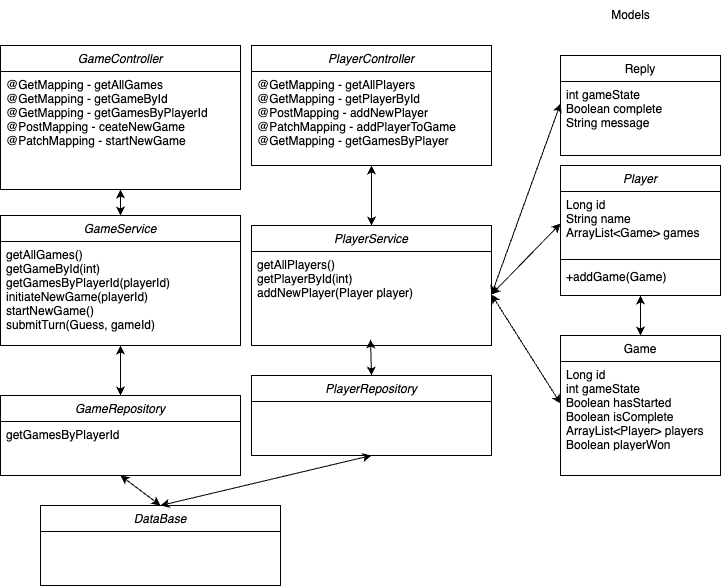
Earlier version of the draw.io export TwentyOne.drawio.png (thibyaa/Backend_TwentyOne_API). Source tidied: cells renumbered, new cells last; positions are measured from the earlier drawing's top-left corner, leaving out a move shared by most shapes.
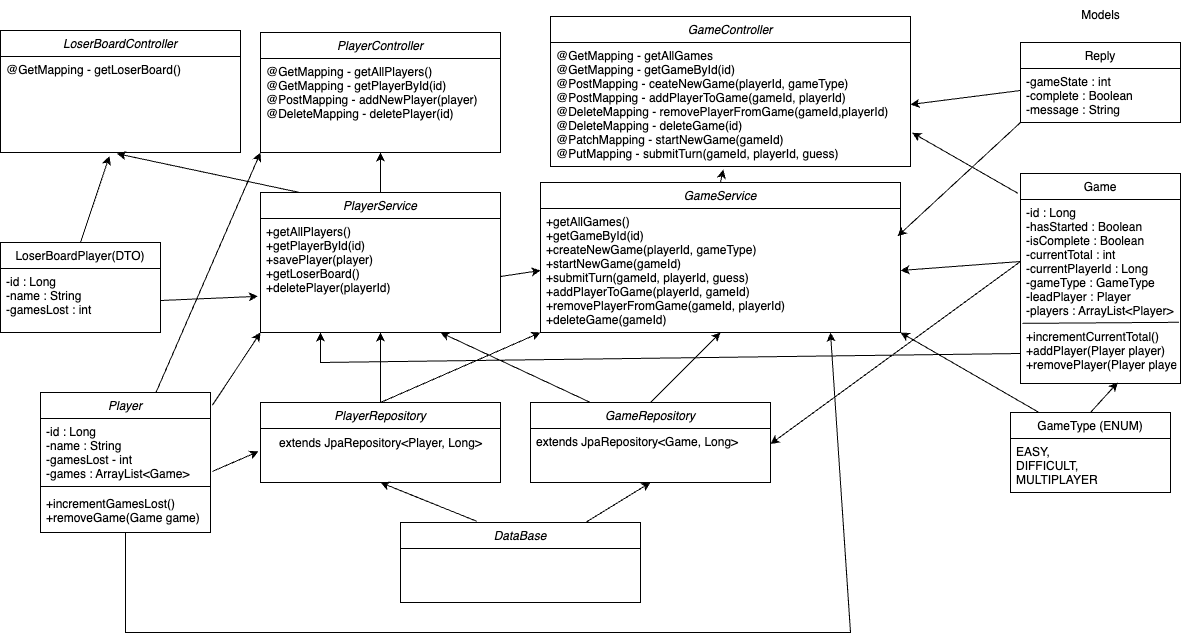
After the commit.

Commit message:
updates UML diagram  and ERD

Change to the diagram source:
```diff
@@ -3,99 +3,178 @@
     <mxCell id="0" />
     <mxCell id="1" parent="0" />
     <mxCell id="2" value="Player" style="swimlane;fontStyle=2;align=center;verticalAlign=top;horizontal=1;startSize=26;rounded=0;shadow=0;strokeWidth=1;" parent="1" vertex="1">
-      <mxGeometry x="560" y="165" width="160" height="130" as="geometry" />
+      <mxGeometry x="-320" y="395" width="170" height="140" as="geometry" />
     </mxCell>
-    <mxCell id="3" value="Long id&#10;String name&#10;ArrayList&lt;Game&gt; games" style="text;align=left;verticalAlign=top;spacingLeft=4;spacingRight=4;overflow=hidden;points=[[0,0.5],[1,0.5]];portConstraint=eastwest;" parent="2" vertex="1">
-      <mxGeometry y="26" width="160" height="64" as="geometry" />
+    <mxCell id="3" value="-id : Long&#10;-name : String&#10;-gamesLost - int&#10;-games : ArrayList&lt;Game&gt;&#10;" style="text;align=left;verticalAlign=top;spacingLeft=4;spacingRight=4;overflow=hidden;points=[[0,0.5],[1,0.5]];portConstraint=eastwest;" parent="2" vertex="1">
+      <mxGeometry y="26" width="170" height="64" as="geometry" />
     </mxCell>
     <mxCell id="4" style="line;html=1;strokeWidth=1;align=left;verticalAlign=middle;spacingTop=-1;spacingLeft=3;spacingRight=3;labelPosition=right;" parent="2" vertex="1">
-      <mxGeometry y="90" width="160" height="8" as="geometry" />
+      <mxGeometry y="90" width="170" height="8" as="geometry" />
     </mxCell>
-    <mxCell id="5" value="+addGame(Game)" style="text;align=left;verticalAlign=top;spacingLeft=4;spacingRight=4;overflow=hidden;" parent="2" vertex="1">
-      <mxGeometry y="98" width="160" height="24" as="geometry" />
+    <mxCell id="5" value="+incrementGamesLost()&#10;+removeGame(Game game)" style="text;align=left;verticalAlign=top;spacingLeft=4;spacingRight=4;overflow=hidden;" parent="2" vertex="1">
+      <mxGeometry y="98" width="170" height="32" as="geometry" />
     </mxCell>
     <mxCell id="6" value="Reply" style="swimlane;fontStyle=0;align=center;verticalAlign=top;horizontal=1;startSize=26;rounded=0;shadow=0;strokeWidth=1;" parent="1" vertex="1">
-      <mxGeometry x="560" y="55" width="160" height="100" as="geometry" />
+      <mxGeometry x="660" y="45" width="160" height="80" as="geometry" />
     </mxCell>
-    <mxCell id="7" value="int gameState&#10;Boolean complete&#10;String message&#10;" style="text;align=left;verticalAlign=top;spacingLeft=4;spacingRight=4;overflow=hidden;points=[[0,0.5],[1,0.5]];portConstraint=eastwest;" parent="6" vertex="1">
+    <mxCell id="7" value="-gameState : int&#10;-complete : Boolean&#10;-message : String&#10;" style="text;align=left;verticalAlign=top;spacingLeft=4;spacingRight=4;overflow=hidden;points=[[0,0.5],[1,0.5]];portConstraint=eastwest;" parent="6" vertex="1">
       <mxGeometry y="26" width="160" height="44" as="geometry" />
     </mxCell>
     <mxCell id="8" value="Game" style="swimlane;fontStyle=0;align=center;verticalAlign=top;horizontal=1;startSize=26;rounded=0;shadow=0;strokeWidth=1;" parent="1" vertex="1">
-      <mxGeometry x="560" y="335" width="160" height="140" as="geometry" />
+      <mxGeometry x="660" y="176" width="160" height="210" as="geometry" />
     </mxCell>
-    <mxCell id="9" value="Long id&#10;int gameState&#10;Boolean hasStarted&#10;Boolean isComplete&#10;ArrayList&lt;Player&gt; players&#10;Boolean playerWon" style="text;align=left;verticalAlign=top;spacingLeft=4;spacingRight=4;overflow=hidden;points=[[0,0.5],[1,0.5]];portConstraint=eastwest;" parent="8" vertex="1">
-      <mxGeometry y="26" width="160" height="84" as="geometry" />
+    <mxCell id="9" value="-id : Long &#10;-hasStarted : Boolean&#10;-isComplete : Boolean&#10;-currentTotal : int&#10;-currentPlayerId : Long&#10;-gameType : GameType&#10;-leadPlayer : Player&#10;-players : ArrayList&lt;Player&gt; " style="text;align=left;verticalAlign=top;spacingLeft=4;spacingRight=4;overflow=hidden;points=[[0,0.5],[1,0.5]];portConstraint=eastwest;" parent="8" vertex="1">
+      <mxGeometry y="26" width="160" height="124" as="geometry" />
     </mxCell>
+    <mxCell id="33" value="+incrementCurrentTotal()&#10;+addPlayer(Player player)&#10;+removePlayer(Player player)" style="text;align=left;verticalAlign=top;spacingLeft=4;spacingRight=4;overflow=hidden;points=[[0,0.5],[1,0.5]];portConstraint=eastwest;" parent="8" vertex="1">
+      <mxGeometry y="150" width="160" height="60" as="geometry" />
+    </mxCell>
+    <mxCell id="34" style="endArrow=none;html=1;rounded=0;entryX=0.991;entryY=-0.02;entryDx=0;entryDy=0;entryPerimeter=0;exitX=0.012;exitY=-0.002;exitDx=0;exitDy=0;exitPerimeter=0;" parent="8" edge="1" source="33" target="33">
+      <mxGeometry relative="1" as="geometry" />
+    </mxCell>
     <mxCell id="10" value="GameController" style="swimlane;fontStyle=2;align=center;verticalAlign=top;horizontal=1;startSize=26;rounded=0;shadow=0;strokeWidth=1;" parent="1" vertex="1">
-      <mxGeometry y="45" width="240" height="144" as="geometry" />
+      <mxGeometry x="190" y="19" width="360" height="150" as="geometry" />
     </mxCell>
-    <mxCell id="11" value="@GetMapping - getAllGames&#10;@GetMapping - getGameById&#10;@GetMapping - getGamesByPlayerId&#10;@PostMapping - ceateNewGame&#10;@PatchMapping - startNewGame" style="text;align=left;verticalAlign=top;spacingLeft=4;spacingRight=4;overflow=hidden;points=[[0,0.5],[1,0.5]];portConstraint=eastwest;" parent="10" vertex="1">
-      <mxGeometry y="26" width="240" height="96" as="geometry" />
+    <mxCell id="11" value="@GetMapping - getAllGames&#10;@GetMapping - getGameById(id)&#10;@PostMapping - ceateNewGame(playerId, gameType)&#10;@PostMapping - addPlayerToGame(gameId, playerId)&#10;@DeleteMapping - removePlayerFromGame(gameId,playerId)&#10;@DeleteMapping - deleteGame(id)&#10;@PatchMapping - startNewGame(gameId)&#10;@PutMapping - submitTurn(gameId, playerId, guess)" style="text;align=left;verticalAlign=top;spacingLeft=4;spacingRight=4;overflow=hidden;points=[[0,0.5],[1,0.5]];portConstraint=eastwest;" parent="10" vertex="1">
+      <mxGeometry y="26" width="360" height="124" as="geometry" />
     </mxCell>
     <mxCell id="12" value="PlayerController" style="swimlane;fontStyle=2;align=center;verticalAlign=top;horizontal=1;startSize=26;rounded=0;shadow=0;strokeWidth=1;" parent="1" vertex="1">
-      <mxGeometry x="251" y="45" width="240" height="120" as="geometry" />
+      <mxGeometry x="-100" y="35" width="240" height="120" as="geometry" />
     </mxCell>
-    <mxCell id="13" value="@GetMapping - getAllPlayers&#10;@GetMapping - getPlayerById&#10;@PostMapping - addNewPlayer&#10;@PatchMapping - addPlayerToGame&#10;@GetMapping - getGamesByPlayer" style="text;align=left;verticalAlign=top;spacingLeft=4;spacingRight=4;overflow=hidden;" parent="12" vertex="1">
+    <mxCell id="13" value="@GetMapping - getAllPlayers()&#10;@GetMapping - getPlayerById(id)&#10;@PostMapping - addNewPlayer(player)&#10;@DeleteMapping - deletePlayer(id)" style="text;align=left;verticalAlign=top;spacingLeft=4;spacingRight=4;overflow=hidden;" parent="12" vertex="1">
       <mxGeometry y="26" width="240" height="86" as="geometry" />
     </mxCell>
     <mxCell id="14" value="GameService" style="swimlane;fontStyle=2;align=center;verticalAlign=top;horizontal=1;startSize=26;rounded=0;shadow=0;strokeWidth=1;" parent="1" vertex="1">
-      <mxGeometry y="215" width="240" height="130" as="geometry" />
+      <mxGeometry x="180" y="185" width="360" height="150" as="geometry" />
     </mxCell>
-    <mxCell id="15" value="getAllGames()&#10;getGameById(int)&#10;getGamesByPlayerId(playerId) &#10;initiateNewGame(playerId)&#10;startNewGame()&#10;submitTurn(Guess, gameId)" style="text;align=left;verticalAlign=top;spacingLeft=4;spacingRight=4;overflow=hidden;points=[[0,0.5],[1,0.5]];portConstraint=eastwest;" parent="14" vertex="1">
-      <mxGeometry y="26" width="240" height="96" as="geometry" />
+    <mxCell id="15" value="+getAllGames()&#10;+getGameById(id)&#10;+createNewGame(playerId, gameType) &#10;+startNewGame(gameId)&#10;+submitTurn(gameId, playerId, guess)&#10;+addPlayerToGame(playerId, gameId)&#10;+removePlayerFromGame(gameId, playerId)&#10;+deleteGame(gameId)" style="text;align=left;verticalAlign=top;spacingLeft=4;spacingRight=4;overflow=hidden;points=[[0,0.5],[1,0.5]];portConstraint=eastwest;" parent="14" vertex="1">
+      <mxGeometry y="26" width="360" height="124" as="geometry" />
     </mxCell>
     <mxCell id="16" value="PlayerService" style="swimlane;fontStyle=2;align=center;verticalAlign=top;horizontal=1;startSize=26;rounded=0;shadow=0;strokeWidth=1;" parent="1" vertex="1">
-      <mxGeometry x="251" y="225" width="240" height="120" as="geometry" />
+      <mxGeometry x="-100" y="195" width="240" height="140" as="geometry" />
     </mxCell>
-    <mxCell id="17" value="getAllPlayers()&#10;getPlayerById(int)&#10;addNewPlayer(Player player)" style="text;align=left;verticalAlign=top;spacingLeft=4;spacingRight=4;overflow=hidden;points=[[0,0.5],[1,0.5]];portConstraint=eastwest;" parent="16" vertex="1">
-      <mxGeometry y="26" width="240" height="86" as="geometry" />
+    <mxCell id="17" value="+getAllPlayers()&#10;+getPlayerById(id)&#10;+savePlayer(player)&#10;+getLoserBoard()&#10;+deletePlayer(playerId)" style="text;align=left;verticalAlign=top;spacingLeft=4;spacingRight=4;overflow=hidden;points=[[0,0.5],[1,0.5]];portConstraint=eastwest;" parent="16" vertex="1">
+      <mxGeometry y="26" width="240" height="114" as="geometry" />
     </mxCell>
     <mxCell id="18" value="GameRepository" style="swimlane;fontStyle=2;align=center;verticalAlign=top;horizontal=1;startSize=26;rounded=0;shadow=0;strokeWidth=1;" parent="1" vertex="1">
-      <mxGeometry y="395" width="240" height="80" as="geometry" />
+      <mxGeometry x="170" y="405" width="240" height="80" as="geometry" />
     </mxCell>
-    <mxCell id="19" value="getGamesByPlayerId" style="text;align=left;verticalAlign=top;spacingLeft=4;spacingRight=4;overflow=hidden;points=[[0,0.5],[1,0.5]];portConstraint=eastwest;" parent="18" vertex="1">
+    <mxCell id="19" value="extends JpaRepository&lt;Game, Long&gt;" style="text;align=left;verticalAlign=top;spacingLeft=4;spacingRight=4;overflow=hidden;points=[[0,0.5],[1,0.5]];portConstraint=eastwest;" parent="18" vertex="1">
       <mxGeometry y="26" width="240" height="31" as="geometry" />
     </mxCell>
     <mxCell id="20" value="PlayerRepository" style="swimlane;fontStyle=2;align=center;verticalAlign=top;horizontal=1;startSize=26;rounded=0;shadow=0;strokeWidth=1;" parent="1" vertex="1">
-      <mxGeometry x="251" y="375" width="240" height="80" as="geometry" />
+      <mxGeometry x="-100" y="405" width="240" height="80" as="geometry" />
     </mxCell>
+    <mxCell id="35" value="extends JpaRepository&amp;lt;Player, Long&amp;gt;" style="text;html=1;align=center;verticalAlign=middle;points=[];strokeColor=none;fillColor=none;" parent="20" vertex="1">
+      <mxGeometry y="26" width="240" height="30" as="geometry" />
+    </mxCell>
     <mxCell id="21" value="DataBase" style="swimlane;fontStyle=2;align=center;verticalAlign=top;horizontal=1;startSize=26;rounded=0;shadow=0;strokeWidth=1;" parent="1" vertex="1">
-      <mxGeometry x="40" y="505" width="240" height="80" as="geometry" />
+      <mxGeometry x="40" y="525" width="240" height="80" as="geometry" />
     </mxCell>
     <mxCell id="22" value="Models" style="text;html=1;align=center;verticalAlign=middle;strokeColor=none;fillColor=none;" parent="1" vertex="1">
-      <mxGeometry x="600" width="60" height="30" as="geometry" />
+      <mxGeometry x="710" y="3" width="60" height="30" as="geometry" />
     </mxCell>
-    <mxCell id="23" style="endArrow=classic;startArrow=classic;html=1;rounded=0;exitX=0.5;exitY=0;exitDx=0;exitDy=0;entryX=0.496;entryY=1.023;entryDx=0;entryDy=0;entryPerimeter=0;" parent="1" edge="1" source="20" target="17">
-      <mxGeometry relative="1" as="geometry" />
-    </mxCell>
+    <mxCell id="36" value="LoserBoardController" style="swimlane;fontStyle=2;align=center;verticalAlign=top;horizontal=1;startSize=26;rounded=0;shadow=0;strokeWidth=1;" parent="1" vertex="1">
+      <mxGeometry x="-360" y="33" width="240" height="122" as="geometry" />
+    </mxCell>
+    <mxCell id="37" value="@GetMapping - getLoserBoard()" style="text;align=left;verticalAlign=top;spacingLeft=4;spacingRight=4;overflow=hidden;points=[[0,0.5],[1,0.5]];portConstraint=eastwest;" parent="36" vertex="1">
+      <mxGeometry y="26" width="240" height="96" as="geometry" />
+    </mxCell>
+    <mxCell id="38" style="endArrow=classic;html=1;rounded=0;entryX=0.485;entryY=1.012;entryDx=0;entryDy=0;entryPerimeter=0;exitX=0.161;exitY=-0.001;exitDx=0;exitDy=0;exitPerimeter=0;" parent="1" edge="1" source="16" target="37">
+      <mxGeometry relative="1" as="geometry" />
+    </mxCell>
-    <mxCell id="24" style="endArrow=classic;startArrow=classic;html=1;rounded=0;exitX=0.5;exitY=0;exitDx=0;exitDy=0;entryX=0.5;entryY=1;entryDx=0;entryDy=0;" parent="1" edge="1" source="16" target="12">
+    <mxCell id="24" style="endArrow=classic;html=1;rounded=0;exitX=0.5;exitY=0;exitDx=0;exitDy=0;entryX=0.5;entryY=1;entryDx=0;entryDy=0;" parent="1" edge="1" source="16" target="12">
       <mxGeometry relative="1" as="geometry" />
     </mxCell>
-    <mxCell id="25" style="endArrow=classic;startArrow=classic;html=1;rounded=0;exitX=0.5;exitY=1;exitDx=0;exitDy=0;" parent="1" edge="1" source="10" target="14">
-      <mxGeometry relative="1" as="geometry" />
-    </mxCell>
-    <mxCell id="26" style="endArrow=classic;startArrow=classic;html=1;rounded=0;entryX=0.5;entryY=0;entryDx=0;entryDy=0;" parent="1" edge="1" target="18">
-      <mxGeometry relative="1" as="geometry">
-        <mxPoint x="120" y="345" as="sourcePoint" />
-      </mxGeometry>
-    </mxCell>
-    <mxCell id="27" style="endArrow=classic;startArrow=classic;html=1;rounded=0;exitX=0.5;exitY=1;exitDx=0;exitDy=0;entryX=0.5;entryY=0;entryDx=0;entryDy=0;" parent="1" edge="1" source="20" target="21">
-      <mxGeometry relative="1" as="geometry" />
-    </mxCell>
+    <mxCell id="39" style="endArrow=classic;html=1;rounded=0;entryX=0.48;entryY=1.024;entryDx=0;entryDy=0;entryPerimeter=0;exitX=0.5;exitY=0;exitDx=0;exitDy=0;" parent="1" edge="1" source="14" target="11">
+      <mxGeometry relative="1" as="geometry" />
+    </mxCell>
+    <mxCell id="40" style="endArrow=classic;html=1;rounded=0;entryX=0;entryY=0.5;entryDx=0;entryDy=0;" parent="1" edge="1" target="15">
+      <mxGeometry relative="1" as="geometry">
+        <mxPoint x="140" y="279" as="sourcePoint" />
+      </mxGeometry>
+    </mxCell>
+    <mxCell id="41" style="endArrow=classic;html=1;rounded=0;exitX=0.5;exitY=0;exitDx=0;exitDy=0;entryX=0.5;entryY=1;entryDx=0;entryDy=0;" parent="1" edge="1" source="20" target="16">
+      <mxGeometry relative="1" as="geometry" />
+    </mxCell>
+    <mxCell id="42" style="endArrow=classic;html=1;rounded=0;exitX=0.5;exitY=0;exitDx=0;exitDy=0;entryX=0.5;entryY=1;entryDx=0;entryDy=0;" parent="1" edge="1" source="18" target="14">
+      <mxGeometry relative="1" as="geometry" />
+    </mxCell>
+    <mxCell id="43" style="endArrow=classic;html=1;rounded=0;exitX=0.5;exitY=0;exitDx=0;exitDy=0;entryX=0;entryY=1;entryDx=0;entryDy=0;" parent="1" edge="1" source="20" target="14">
+      <mxGeometry relative="1" as="geometry" />
+    </mxCell>
-    <mxCell id="28" style="endArrow=classic;startArrow=classic;html=1;rounded=0;exitX=0.5;exitY=0;exitDx=0;exitDy=0;entryX=0.5;entryY=1;entryDx=0;entryDy=0;" parent="1" edge="1" source="21" target="18">
+    <mxCell id="28" style="endArrow=classic;html=1;rounded=0;entryX=0.5;entryY=1;entryDx=0;entryDy=0;" parent="1" edge="1" source="21" target="18">
       <mxGeometry relative="1" as="geometry" />
     </mxCell>
-    <mxCell id="29" style="endArrow=classic;startArrow=classic;html=1;rounded=0;exitX=1;exitY=0.5;exitDx=0;exitDy=0;entryX=0;entryY=0.5;entryDx=0;entryDy=0;" parent="1" edge="1" source="17" target="3">
-      <mxGeometry relative="1" as="geometry" />
-    </mxCell>
-    <mxCell id="30" style="endArrow=classic;startArrow=classic;html=1;rounded=0;entryX=0;entryY=0.5;entryDx=0;entryDy=0;exitX=1;exitY=0.5;exitDx=0;exitDy=0;" parent="1" edge="1" source="17" target="9">
-      <mxGeometry relative="1" as="geometry" />
-    </mxCell>
-    <mxCell id="31" style="endArrow=classic;startArrow=classic;html=1;rounded=0;entryX=0;entryY=0.5;entryDx=0;entryDy=0;exitX=1;exitY=0.5;exitDx=0;exitDy=0;" parent="1" edge="1" source="17" target="7">
-      <mxGeometry relative="1" as="geometry" />
-    </mxCell>
-    <mxCell id="32" style="endArrow=classic;startArrow=classic;html=1;rounded=0;entryX=0.5;entryY=0;entryDx=0;entryDy=0;exitX=0.5;exitY=1;exitDx=0;exitDy=0;" parent="1" edge="1" source="2" target="8">
-      <mxGeometry relative="1" as="geometry" />
-    </mxCell>
+    <mxCell id="44" style="endArrow=classic;html=1;rounded=0;exitX=0.318;exitY=-0.015;exitDx=0;exitDy=0;exitPerimeter=0;entryX=0.5;entryY=1;entryDx=0;entryDy=0;" parent="1" edge="1" source="21" target="20">
+      <mxGeometry relative="1" as="geometry" />
+    </mxCell>
+    <mxCell id="45" value="GameType (ENUM)" style="swimlane;fontStyle=0;align=center;verticalAlign=top;horizontal=1;startSize=26;rounded=0;shadow=0;strokeWidth=1;" parent="1" vertex="1">
+      <mxGeometry x="650" y="415" width="160" height="80" as="geometry" />
+    </mxCell>
+    <mxCell id="46" value="EASY,&#10;DIFFICULT,&#10;MULTIPLAYER&#10;" style="text;align=left;verticalAlign=top;spacingLeft=4;spacingRight=4;overflow=hidden;" parent="45" vertex="1">
+      <mxGeometry y="26" width="160" height="44" as="geometry" />
+    </mxCell>
+    <mxCell id="47" style="endArrow=classic;html=1;rounded=0;exitX=0.5;exitY=0;exitDx=0;exitDy=0;entryX=0.608;entryY=0.982;entryDx=0;entryDy=0;entryPerimeter=0;" parent="1" edge="1" source="45" target="33">
+      <mxGeometry relative="1" as="geometry" />
+    </mxCell>
+    <mxCell id="48" value="LoserBoardPlayer(DTO)" style="swimlane;fontStyle=0;align=center;verticalAlign=top;horizontal=1;startSize=26;rounded=0;shadow=0;strokeWidth=1;" parent="1" vertex="1">
+      <mxGeometry x="-360" y="245" width="160" height="90" as="geometry" />
+    </mxCell>
+    <mxCell id="49" value="-id : Long&#10;-name : String&#10;-gamesLost : int" style="text;align=left;verticalAlign=top;spacingLeft=4;spacingRight=4;overflow=hidden;points=[[0,0.5],[1,0.5]];portConstraint=eastwest;" parent="48" vertex="1">
+      <mxGeometry y="26" width="160" height="64" as="geometry" />
+    </mxCell>
+    <mxCell id="50" style="endArrow=classic;html=1;rounded=0;entryX=1;entryY=0.5;entryDx=0;entryDy=0;exitX=0;exitY=0.5;exitDx=0;exitDy=0;" parent="1" edge="1" source="7" target="11">
+      <mxGeometry relative="1" as="geometry" />
+    </mxCell>
+    <mxCell id="51" style="endArrow=classic;html=1;rounded=0;entryX=1.005;entryY=0.728;entryDx=0;entryDy=0;entryPerimeter=0;exitX=-0.017;exitY=0.094;exitDx=0;exitDy=0;exitPerimeter=0;" parent="1" edge="1" source="8" target="11">
+      <mxGeometry relative="1" as="geometry" />
+    </mxCell>
+    <mxCell id="52" style="endArrow=classic;html=1;rounded=0;entryX=0.454;entryY=1.037;entryDx=0;entryDy=0;entryPerimeter=0;exitX=0.5;exitY=0;exitDx=0;exitDy=0;" parent="1" edge="1" source="48" target="37">
+      <mxGeometry relative="1" as="geometry" />
+    </mxCell>
+    <mxCell id="53" style="endArrow=classic;html=1;rounded=0;entryX=0;entryY=1;entryDx=0;entryDy=0;" parent="1" edge="1" source="2" target="12">
+      <mxGeometry relative="1" as="geometry" />
+    </mxCell>
+    <mxCell id="54" style="endArrow=classic;html=1;rounded=0;entryX=1;entryY=0.5;entryDx=0;entryDy=0;exitX=0;exitY=0.5;exitDx=0;exitDy=0;" parent="1" edge="1" source="9" target="19">
+      <mxGeometry relative="1" as="geometry" />
+    </mxCell>
+    <mxCell id="55" style="endArrow=classic;html=1;rounded=0;exitX=1.011;exitY=0.827;exitDx=0;exitDy=0;exitPerimeter=0;entryX=-0.008;entryY=0.764;entryDx=0;entryDy=0;entryPerimeter=0;" parent="1" edge="1" source="3" target="35">
+      <mxGeometry relative="1" as="geometry" />
+    </mxCell>
+    <mxCell id="56" style="endArrow=classic;html=1;rounded=0;exitX=0;exitY=0.5;exitDx=0;exitDy=0;entryX=1;entryY=0.5;entryDx=0;entryDy=0;" parent="1" edge="1" source="9" target="15">
+      <mxGeometry relative="1" as="geometry" />
+    </mxCell>
+    <mxCell id="57" style="endArrow=classic;html=1;rounded=0;entryX=1;entryY=1;entryDx=0;entryDy=0;exitX=0.175;exitY=-0.004;exitDx=0;exitDy=0;exitPerimeter=0;" parent="1" edge="1" source="45" target="14">
+      <mxGeometry relative="1" as="geometry" />
+    </mxCell>
+    <mxCell id="58" style="endArrow=classic;html=1;rounded=0;entryX=0.992;entryY=0.223;entryDx=0;entryDy=0;entryPerimeter=0;exitX=0;exitY=1;exitDx=0;exitDy=0;" parent="1" edge="1" source="6" target="15">
+      <mxGeometry relative="1" as="geometry" />
+    </mxCell>
+    <mxCell id="59" style="endArrow=classic;html=1;rounded=0;exitX=0.5;exitY=1;exitDx=0;exitDy=0;" parent="1" edge="1" source="2">
+      <mxGeometry relative="1" as="geometry">
+        <mxPoint x="470" y="335" as="targetPoint" />
+        <Array as="points">
+          <mxPoint x="-235" y="635" />
+          <mxPoint x="490" y="635" />
+        </Array>
+      </mxGeometry>
+    </mxCell>
+    <mxCell id="60" style="endArrow=classic;html=1;rounded=0;entryX=0.75;entryY=1;entryDx=0;entryDy=0;exitX=0.25;exitY=0;exitDx=0;exitDy=0;" parent="1" edge="1" source="18" target="16">
+      <mxGeometry relative="1" as="geometry" />
+    </mxCell>
+    <mxCell id="61" style="endArrow=classic;html=1;rounded=0;entryX=-0.011;entryY=0.683;entryDx=0;entryDy=0;entryPerimeter=0;exitX=1;exitY=0.5;exitDx=0;exitDy=0;" parent="1" edge="1" source="49" target="17">
+      <mxGeometry relative="1" as="geometry" />
+    </mxCell>
+    <mxCell id="62" style="endArrow=classic;html=1;rounded=0;exitX=1.011;exitY=0.091;exitDx=0;exitDy=0;exitPerimeter=0;entryX=0;entryY=1;entryDx=0;entryDy=0;" parent="1" edge="1" source="2" target="16">
+      <mxGeometry relative="1" as="geometry" />
+    </mxCell>
+    <mxCell id="63" style="endArrow=classic;html=1;rounded=0;exitX=0;exitY=0.5;exitDx=0;exitDy=0;entryX=0.25;entryY=1;entryDx=0;entryDy=0;" parent="1" edge="1" source="33" target="16">
+      <mxGeometry relative="1" as="geometry">
+        <Array as="points">
+          <mxPoint x="-40" y="365" />
+        </Array>
+      </mxGeometry>
+    </mxCell>
   </root>
 </mxGraphModel>
```
